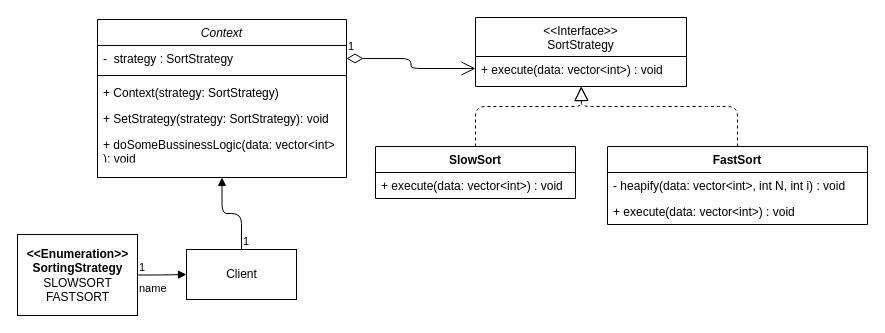
Above: behavioral-patterns/strategy-pattern/Strategy-pattern-example-diagram.drawio in CrisLion/Design-Patterns (draw.io), before the change. Source tidied: cells renumbered, new cells numbered last; positions are measured from the earlier drawing's top-left corner, leaving out a move shared by most shapes. Both pictures are drawn from the tidied source at 100%, with x=0, y=0 at pixel (17, 17).
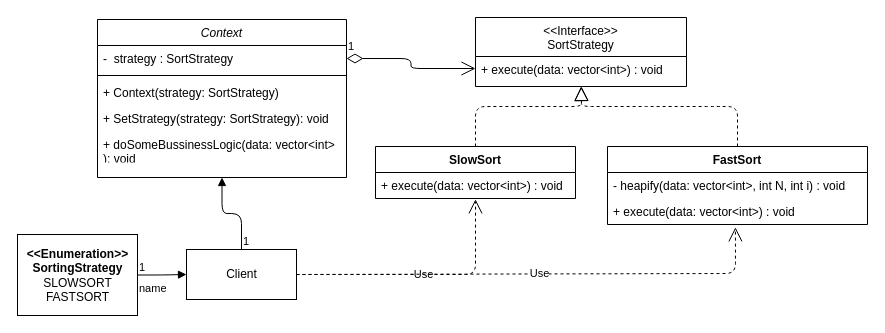
Above is the later version.

The change refers to these unchanged cells:
```xml
<mxCell id="11" value="Client" style="html=1;" parent="1" vertex="1">
  <mxGeometry x="169" y="232" width="110" height="50" as="geometry" />
</mxCell>
<mxCell id="15" value="+ execute(data: vector&lt;int&gt;) : void" style="text;strokeColor=none;fillColor=none;align=left;verticalAlign=top;spacingLeft=4;spacingRight=4;overflow=hidden;points=[[0,0.5],[1,0.5]];portConstraint=eastwest;" parent="14" vertex="1">
  <mxGeometry y="26" width="200" height="26" as="geometry" />
</mxCell>
<mxCell id="18" value="+ execute(data: vector&lt;int&gt;) : void" style="text;strokeColor=none;fillColor=none;align=left;verticalAlign=top;spacingLeft=4;spacingRight=4;overflow=hidden;points=[[0,0.5],[1,0.5]];portConstraint=eastwest;" parent="16" vertex="1">
  <mxGeometry y="52" width="260" height="26" as="geometry" />
</mxCell>
```

Diff of the diagram source:
```diff
@@
+    <mxCell id="24" value="Use" style="endArrow=open;endSize=12;dashed=1;html=1;exitX=1;exitY=0.5;exitDx=0;exitDy=0;entryX=0.5;entryY=1.031;entryDx=0;entryDy=0;entryPerimeter=0;" parent="1" edge="1" source="11" target="15">
+      <mxGeometry relative="1" as="geometry">
+        <Array as="points">
+          <mxPoint x="458" y="257" />
+        </Array>
+      </mxGeometry>
+    </mxCell>
+    <mxCell id="25" value="Use" style="endArrow=open;endSize=12;dashed=1;html=1;exitX=1;exitY=0.5;exitDx=0;exitDy=0;entryX=0.492;entryY=1.108;entryDx=0;entryDy=0;entryPerimeter=0;" parent="1" edge="1" source="11" target="18">
+      <mxGeometry relative="1" as="geometry">
+        <Array as="points">
+          <mxPoint x="718" y="256" />
+        </Array>
+      </mxGeometry>
+    </mxCell>
```
